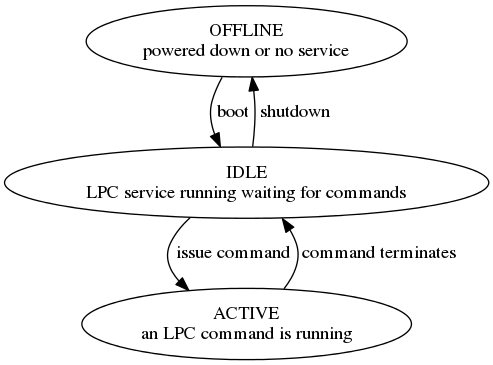
Above: doc/commands.png in brettviren/lpc (Graphviz), before the change. Its source is kept beside it as doc/commands.dot.
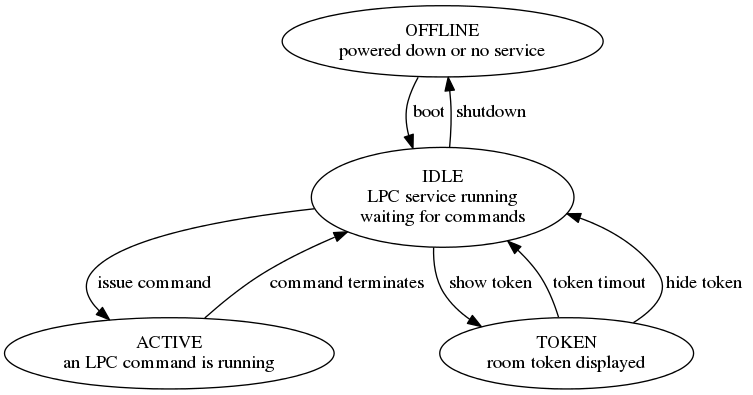
Above is the later version.

Diff of the diagram source:
```diff
@@ -2,9 +2,11 @@
 
 off[label="OFFLINE\npowered down or no service"];
 
-idle[label="IDLE\nLPC service running waiting for commands"];
+idle[label="IDLE\nLPC service running\nwaiting for commands"];
 
 active[label="ACTIVE\nan LPC command is running"];
+
+token[label="TOKEN\nroom token displayed"];
 
 off->idle[label=" boot "];
 
@@ -12,6 +14,10 @@
 
 active->idle[label=" command terminates "];
 
+idle->token[label=" show token "];
+
+token->idle[label=" token timout "];
+token->idle[label=" hide token "];
+
 idle->off[label=" shutdown "];
-
 	}
```
